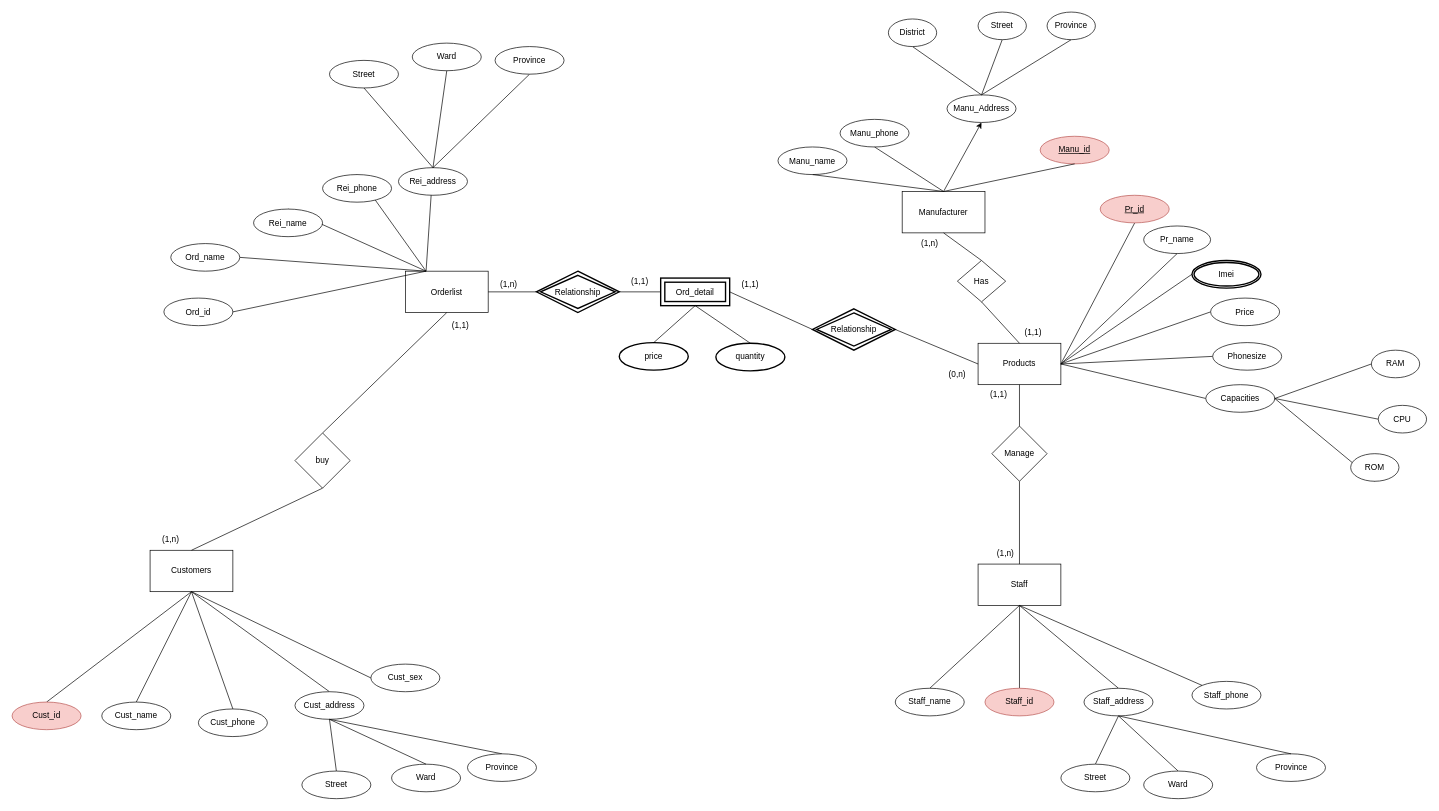
Above: ERD Phone.drawio in khanh8603/khanh8603 (draw.io), before the change. Source tidied: cells renumbered, new cells numbered last; positions are measured from the earlier drawing's top-left corner, leaving out a move shared by most shapes. Both pictures are drawn from the tidied source at 69%, with x=0, y=0 at pixel (12, 12).
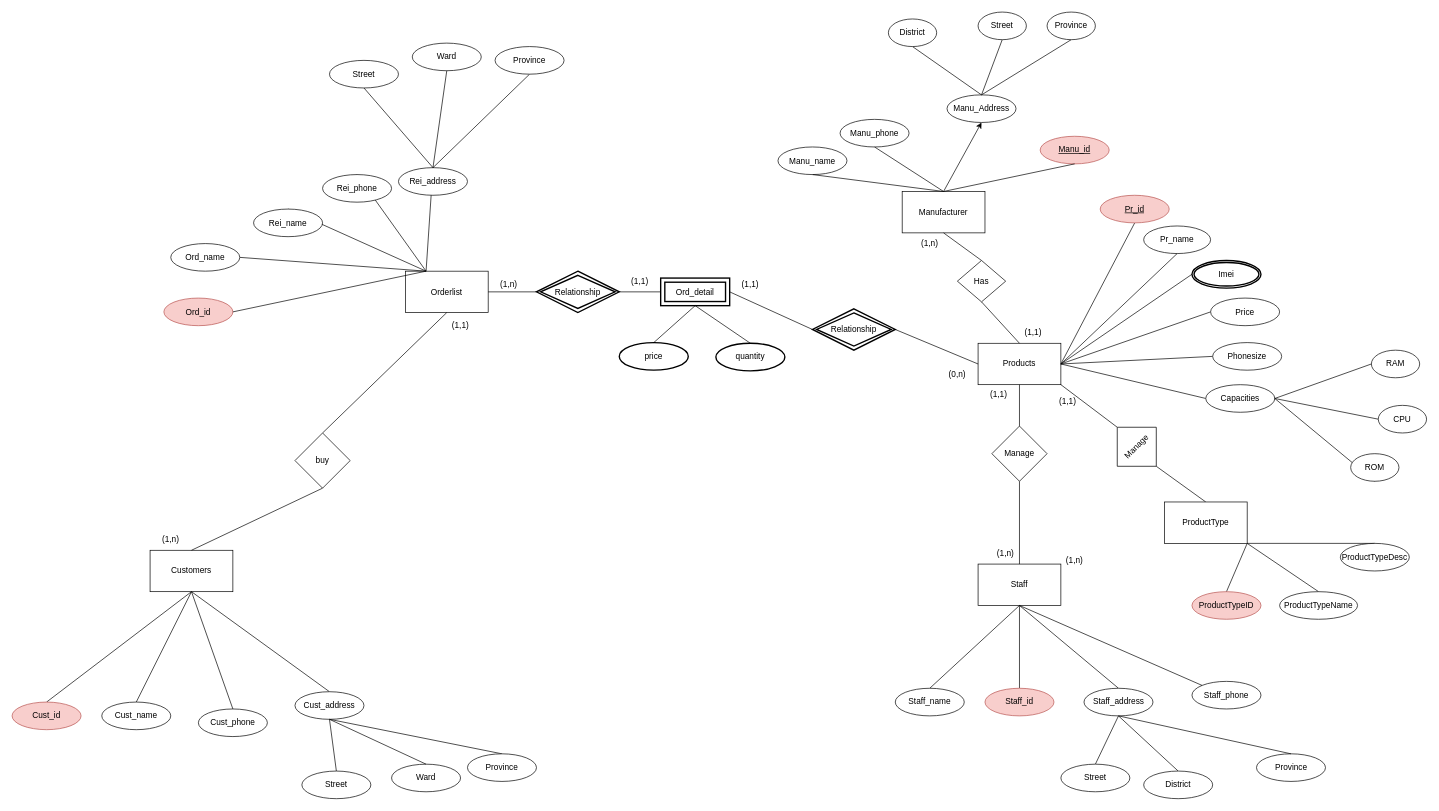
The same diagram, later.

Commit message:
Cập nhật ERD Phone.drawio

The change refers to these unchanged cells:
```xml
<mxCell id="7" value="Products" style="rounded=0;whiteSpace=wrap;html=1;strokeColor=#000000;fillColor=default;" parent="1" vertex="1">
  <mxGeometry x="1400" y="480" width="120" height="60" as="geometry" />
</mxCell>
<mxCell id="53" value="Customers" style="rounded=0;whiteSpace=wrap;html=1;strokeColor=#000000;fillColor=default;direction=east;flipV=1;" parent="1" vertex="1">
  <mxGeometry x="200" y="780" width="120" height="60" as="geometry" />
</mxCell>
```

Diff of the diagram source:
```diff
@@
-    <mxCell id="34" value="Ward" style="ellipse;whiteSpace=wrap;html=1;align=center;strokeColor=#000000;fillColor=default;" parent="1" vertex="1">
+    <mxCell id="34" value="District" style="ellipse;whiteSpace=wrap;html=1;align=center;strokeColor=#000000;fillColor=default;" parent="1" vertex="1">
       <mxGeometry x="1640" y="1100" width="100" height="40" as="geometry" />
     </mxCell>
@@
-    <mxCell id="50" value="Ord_id" style="ellipse;whiteSpace=wrap;html=1;align=center;strokeColor=#000000;fillColor=default;" parent="1" vertex="1">
+    <mxCell id="50" value="Ord_id" style="ellipse;whiteSpace=wrap;html=1;align=center;strokeColor=#b85450;fillColor=#f8cecc;" parent="1" vertex="1">
       <mxGeometry x="220" y="414.5" width="100" height="40" as="geometry" />
     </mxCell>
@@
-    <mxCell id="68" value="Cust_sex" style="ellipse;whiteSpace=wrap;html=1;align=center;strokeColor=#000000;fillColor=default;direction=east;flipV=1;" parent="1" vertex="1">
-      <mxGeometry x="520" y="945" width="100" height="40" as="geometry" />
-    </mxCell>
-    <mxCell id="69" style="endArrow=none;html=1;rounded=0;exitX=0.5;exitY=1;exitDx=0;exitDy=0;entryX=0;entryY=0.5;entryDx=0;entryDy=0;" parent="1" edge="1" source="53" target="68">
-      <mxGeometry relative="1" as="geometry" />
-    </mxCell>
@@
+    <mxCell id="115" style="endArrow=none;html=1;rounded=0;entryX=1;entryY=1;entryDx=0;entryDy=0;exitX=0;exitY=0.5;exitDx=0;exitDy=0;startArrow=none;" parent="1" edge="1" source="118" target="7">
+      <mxGeometry relative="1" as="geometry" />
+    </mxCell>
+    <mxCell id="116" value="(1,1)" style="text;html=1;strokeColor=none;fillColor=none;align=center;verticalAlign=middle;whiteSpace=wrap;rounded=0;shadow=0;fillStyle=auto;strokeWidth=2;" parent="1" vertex="1">
+      <mxGeometry x="1500" y="550" width="60" height="30" as="geometry" />
+    </mxCell>
+    <mxCell id="117" value="(1,n)" style="text;html=1;strokeColor=none;fillColor=none;align=center;verticalAlign=middle;whiteSpace=wrap;rounded=0;shadow=0;fillStyle=auto;strokeWidth=2;" parent="1" vertex="1">
+      <mxGeometry x="1510" y="780" width="60" height="30" as="geometry" />
+    </mxCell>
+    <mxCell id="118" value="Manage" style="rhombus;whiteSpace=wrap;html=1;direction=south;rotation=-45;" parent="1" vertex="1">
+      <mxGeometry x="1590" y="590" width="80" height="80" as="geometry" />
+    </mxCell>
+    <mxCell id="119" style="endArrow=none;html=1;rounded=0;entryX=1;entryY=0.5;entryDx=0;entryDy=0;exitX=0.5;exitY=0;exitDx=0;exitDy=0;" parent="1" edge="1" source="120" target="118">
+      <mxGeometry relative="1" as="geometry" />
+    </mxCell>
+    <mxCell id="120" value="ProductType&lt;br&gt;" style="rounded=0;whiteSpace=wrap;html=1;" parent="1" vertex="1">
+      <mxGeometry x="1670" y="710" width="120" height="60" as="geometry" />
+    </mxCell>
+    <mxCell id="121" style="endArrow=none;html=1;rounded=0;entryX=1;entryY=1;entryDx=0;entryDy=0;exitX=0.5;exitY=0;exitDx=0;exitDy=0;" parent="1" edge="1" source="122" target="120">
+      <mxGeometry relative="1" as="geometry" />
+    </mxCell>
+    <mxCell id="122" value="ProductTypeID" style="ellipse;whiteSpace=wrap;html=1;align=center;strokeColor=#b85450;fillColor=#f8cecc;" parent="1" vertex="1">
+      <mxGeometry x="1710" y="840" width="100" height="40" as="geometry" />
+    </mxCell>
+    <mxCell id="123" style="endArrow=none;html=1;rounded=0;entryX=1;entryY=1;entryDx=0;entryDy=0;exitX=0.5;exitY=0;exitDx=0;exitDy=0;" parent="1" edge="1" source="124" target="120">
+      <mxGeometry relative="1" as="geometry" />
+    </mxCell>
+    <mxCell id="124" value="ProductTypeName" style="ellipse;whiteSpace=wrap;html=1;align=center;strokeColor=#000000;fillColor=default;" parent="1" vertex="1">
+      <mxGeometry x="1837" y="840" width="113" height="40" as="geometry" />
+    </mxCell>
+    <mxCell id="125" style="endArrow=none;html=1;rounded=0;entryX=1;entryY=1;entryDx=0;entryDy=0;exitX=0.5;exitY=0;exitDx=0;exitDy=0;" parent="1" edge="1" source="126" target="120">
+      <mxGeometry relative="1" as="geometry" />
+    </mxCell>
+    <mxCell id="126" value="ProductTypeDesc" style="ellipse;whiteSpace=wrap;html=1;align=center;strokeColor=#000000;fillColor=default;" parent="1" vertex="1">
+      <mxGeometry x="1925" y="770" width="100" height="40" as="geometry" />
+    </mxCell>
```
